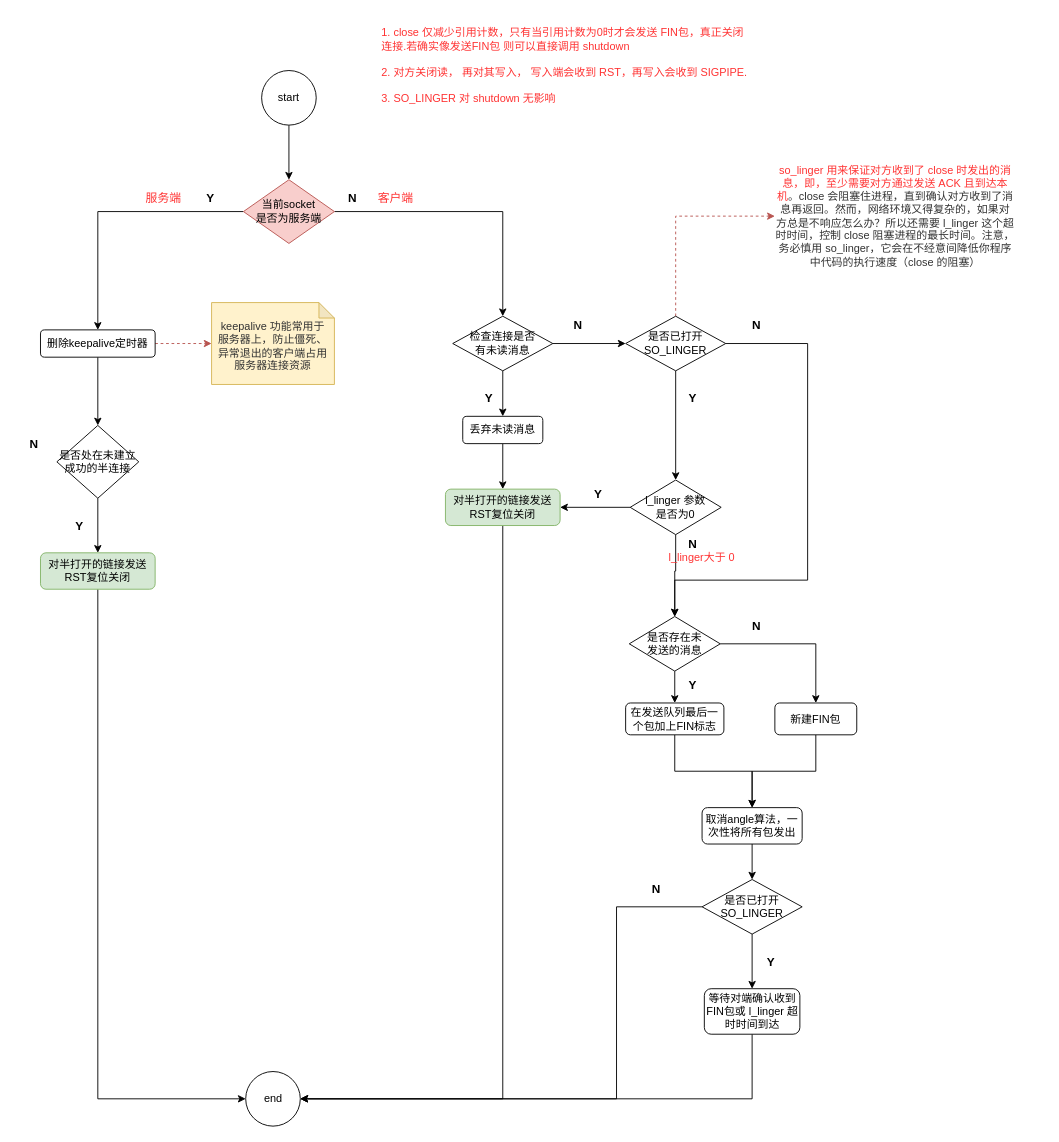
Earlier version of the draw.io diagram page "close" (1 of 3) of NetworkProtocol/tcp-close-shutdown.drawio (linkypi/xmind). Source tidied: cells renumbered, new cells numbered last; positions are measured from the earlier drawing's top-left corner, leaving out a move shared by most shapes. Both pictures are drawn from the tidied source at 91%, with x=0, y=0 at pixel (15, 15).
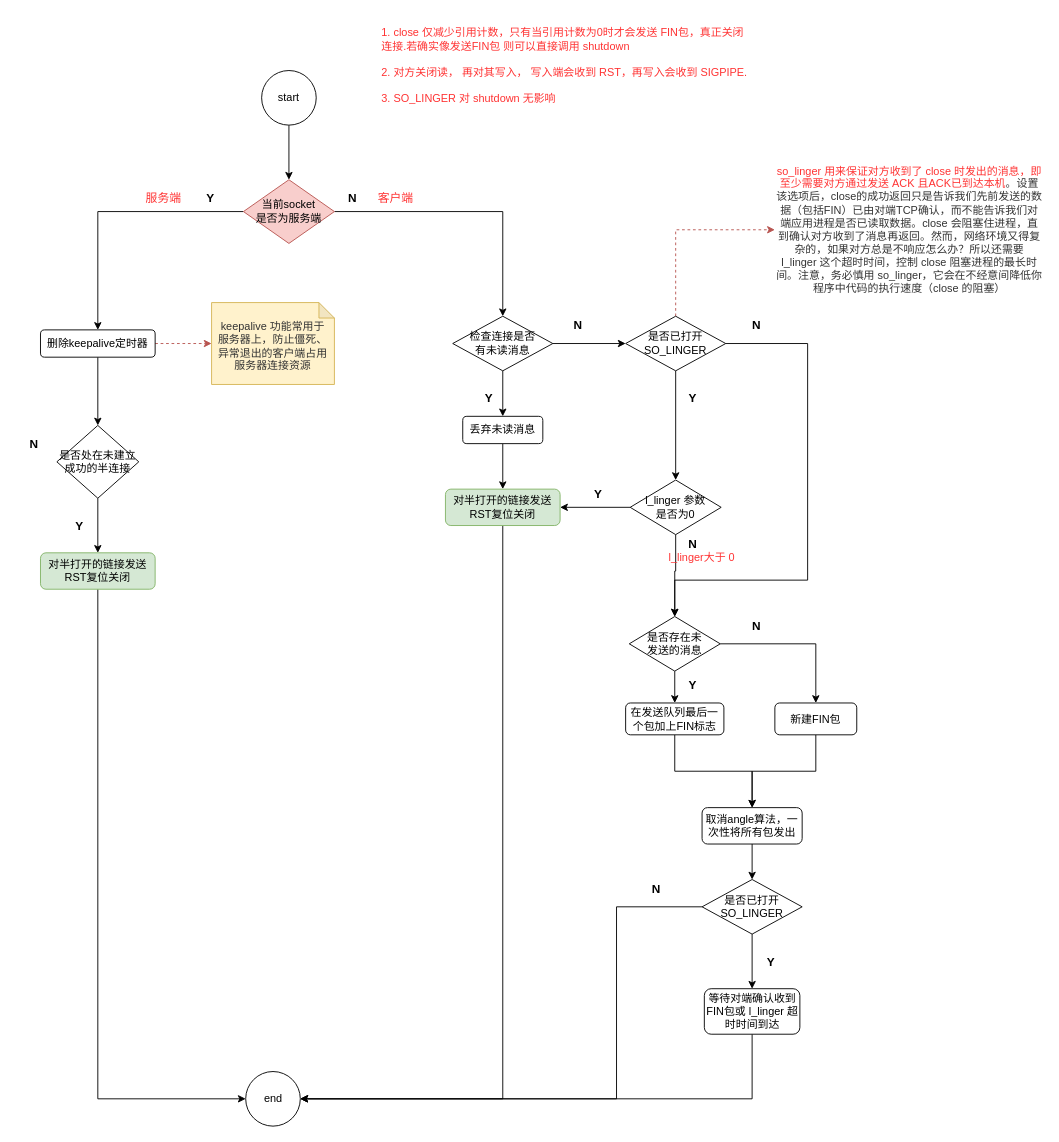
Above is the later version.

What changed in the source:
```diff
@@
-    <mxCell id="62" value="&lt;span style=&quot;font-size: 12px ; background-color: rgb(255 , 255 , 255)&quot;&gt;so_linger 用来保证对方收到了 close 时发出的消息，即，至少需要对方通过发送 ACK 且到达本机&lt;/span&gt;&lt;span style=&quot;color: rgb(51 , 51 , 51) ; font-size: 12px ; background-color: rgb(255 , 255 , 255)&quot;&gt;。&lt;/span&gt;&lt;span style=&quot;color: rgb(51 , 51 , 51) ; font-size: 12px ; background-color: rgb(255 , 255 , 255)&quot;&gt;close 会阻塞住进程，直到确认对方收到了消息再返回。然而，网络环境又得复杂的，如果对方总是不响应怎么办？所以还需要 l_linger 这个超时时间，控制 close 阻塞进程的最长时间。注意，务必慎用 so_linger，它会在不经意间降低你程序中代码的执行速度（close 的阻塞）&lt;/span&gt;" style="text;html=1;strokeColor=none;fillColor=none;align=center;verticalAlign=middle;whiteSpace=wrap;rounded=0;labelBackgroundColor=none;fontSize=12;fontColor=#FF3333;" parent="1" vertex="1">
-      <mxGeometry x="834" y="160" width="265" height="120" as="geometry" />
+    <mxCell id="62" value="&lt;span style=&quot;font-size: 12px ; background-color: rgb(255 , 255 , 255)&quot;&gt;so_linger 用来保证对方收到了 close 时发出的消息，即至少需要对方通过发送 ACK 且ACK已到达本机&lt;/span&gt;&lt;span style=&quot;color: rgb(51 , 51 , 51) ; font-size: 12px ; background-color: rgb(255 , 255 , 255)&quot;&gt;。设置该选项后，close的成功返回只是告诉我们先前发送的数据（包括FIN）已由对端TCP确认，而不能告诉我们对端应用进程是否已读取数据。&lt;/span&gt;&lt;span style=&quot;color: rgb(51 , 51 , 51) ; font-size: 12px ; background-color: rgb(255 , 255 , 255)&quot;&gt;close 会阻塞住进程，直到确认对方收到了消息再返回。然而，网络环境又得复杂的，如果对方总是不响应怎么办？所以还需要 l_linger 这个超时时间，控制 close 阻塞进程的最长时间。注意，务必慎用 so_linger，它会在不经意间降低你程序中代码的执行速度（close 的阻塞）&lt;/span&gt;" style="text;html=1;strokeColor=none;fillColor=none;align=center;verticalAlign=middle;whiteSpace=wrap;rounded=0;labelBackgroundColor=none;fontSize=12;fontColor=#FF3333;" parent="1" vertex="1">
+      <mxGeometry x="834" y="160" width="296" height="150" as="geometry" />
     </mxCell>
```
